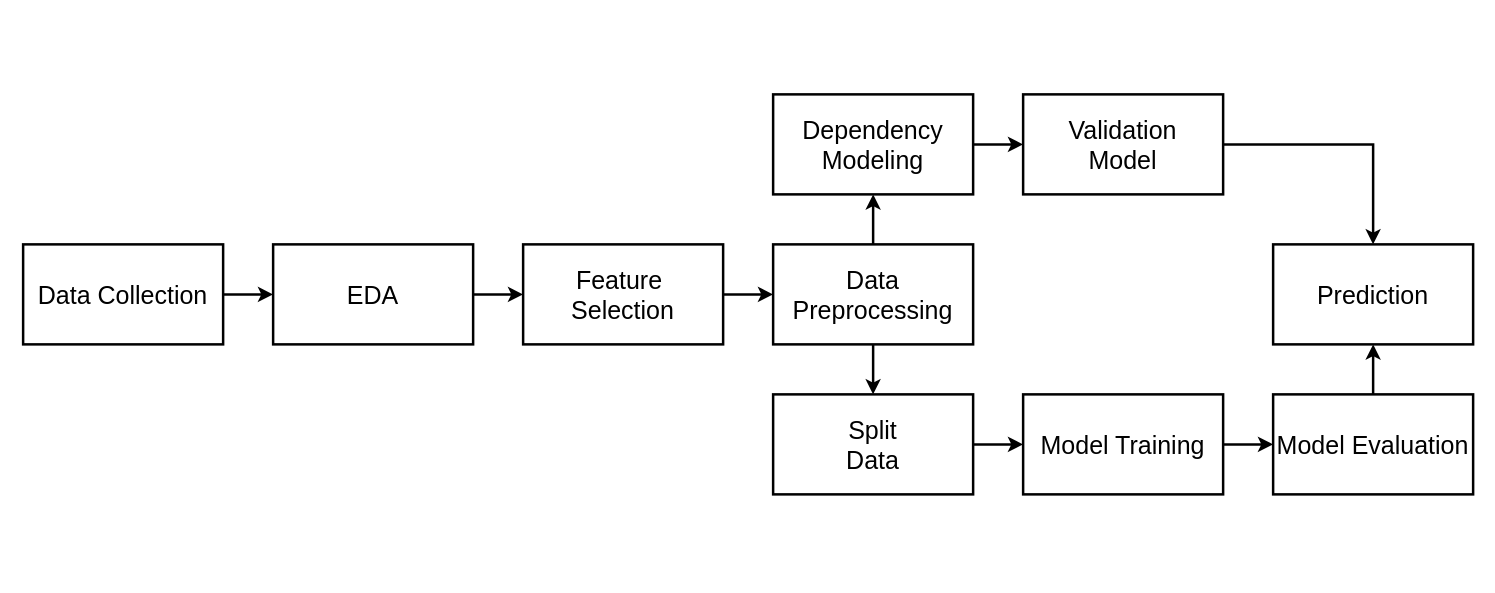
This is coopulas_flow.drawio from heberallin/copulas, a draw.io file, before an edit. Source tidied: cells renumbered, new cells numbered last; positions are measured from the earlier drawing's top-left corner, leaving out a move shared by most shapes. Both pictures are drawn from the tidied source at 125%, with x=0, y=0 at pixel (22, 94).
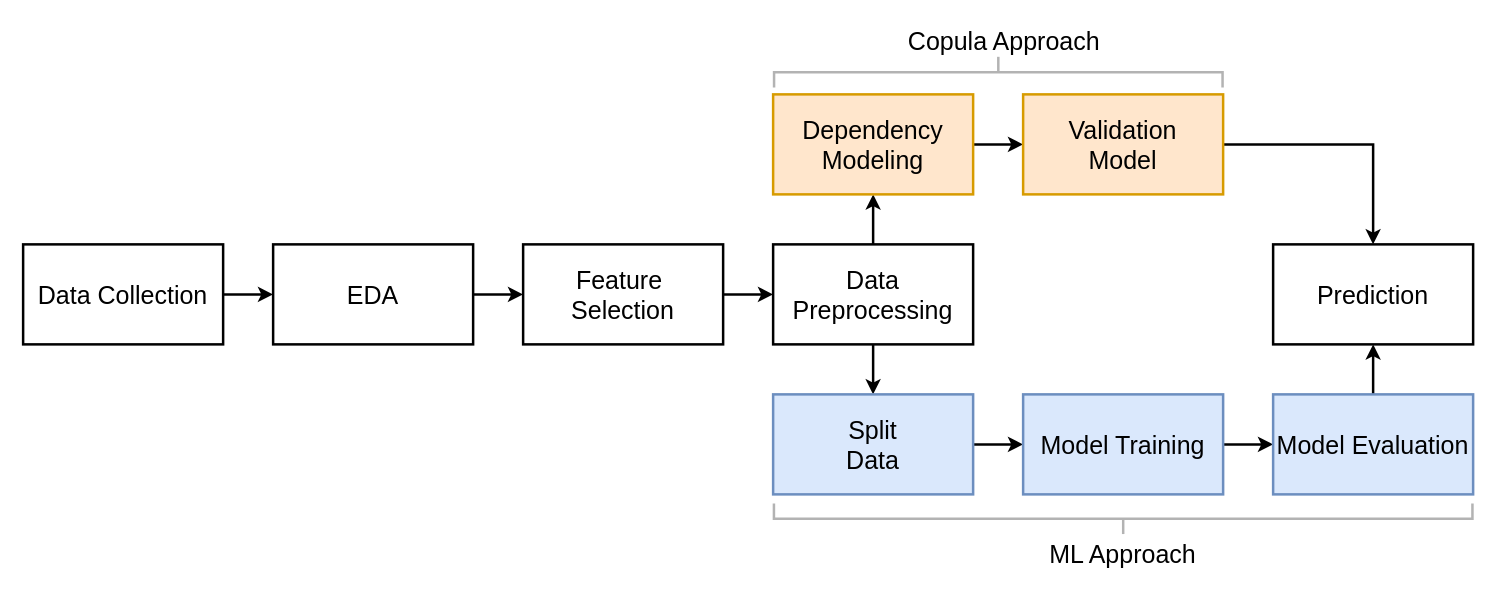
Above is the later version.

Diff of the diagram source:
```diff
@@
-    <mxCell id="12" value="&lt;span style=&quot;font-size: 20px;&quot;&gt;Split&lt;/span&gt;&lt;div style=&quot;font-size: 20px;&quot;&gt;Data&lt;/div&gt;" style="rounded=0;whiteSpace=wrap;html=1;fontSize=20;strokeWidth=2;" parent="1" vertex="1">
+    <mxCell id="12" value="&lt;span style=&quot;font-size: 20px;&quot;&gt;Split&lt;/span&gt;&lt;div style=&quot;font-size: 20px;&quot;&gt;Data&lt;/div&gt;" style="rounded=0;whiteSpace=wrap;html=1;fontSize=20;strokeWidth=2;fillColor=#dae8fc;strokeColor=#6c8ebf;" parent="1" vertex="1">
       <mxGeometry x="600" y="240" width="160" height="80" as="geometry" />
     </mxCell>
@@
-    <mxCell id="14" value="&lt;span style=&quot;font-size: 20px;&quot;&gt;Dependency&lt;/span&gt;&lt;div style=&quot;font-size: 20px;&quot;&gt;Modeling&lt;/div&gt;" style="rounded=0;whiteSpace=wrap;html=1;fontSize=20;strokeWidth=2;" parent="1" vertex="1">
+    <mxCell id="14" value="&lt;span style=&quot;font-size: 20px;&quot;&gt;Dependency&lt;/span&gt;&lt;div style=&quot;font-size: 20px;&quot;&gt;Modeling&lt;/div&gt;" style="rounded=0;whiteSpace=wrap;html=1;fontSize=20;strokeWidth=2;fillColor=#ffe6cc;strokeColor=#d79b00;" parent="1" vertex="1">
       <mxGeometry x="600" width="160" height="80" as="geometry" />
     </mxCell>
@@
-    <mxCell id="16" value="&lt;span style=&quot;font-size: 20px;&quot;&gt;Validation&lt;/span&gt;&lt;div style=&quot;font-size: 20px;&quot;&gt;Model&lt;/div&gt;" style="rounded=0;whiteSpace=wrap;html=1;fontSize=20;strokeWidth=2;" parent="1" vertex="1">
+    <mxCell id="16" value="&lt;span style=&quot;font-size: 20px;&quot;&gt;Validation&lt;/span&gt;&lt;div style=&quot;font-size: 20px;&quot;&gt;Model&lt;/div&gt;" style="rounded=0;whiteSpace=wrap;html=1;fontSize=20;strokeWidth=2;fillColor=#ffe6cc;strokeColor=#d79b00;" parent="1" vertex="1">
       <mxGeometry x="800" width="160" height="80" as="geometry" />
     </mxCell>
@@
-    <mxCell id="19" value="&lt;span style=&quot;font-size: 20px;&quot;&gt;Model Training&lt;/span&gt;" style="rounded=0;whiteSpace=wrap;html=1;fontSize=20;strokeWidth=2;" parent="1" vertex="1">
+    <mxCell id="19" value="&lt;span style=&quot;font-size: 20px;&quot;&gt;Model Training&lt;/span&gt;" style="rounded=0;whiteSpace=wrap;html=1;fontSize=20;strokeWidth=2;fillColor=#dae8fc;strokeColor=#6c8ebf;" parent="1" vertex="1">
       <mxGeometry x="800" y="240" width="160" height="80" as="geometry" />
     </mxCell>
@@
-    <mxCell id="21" value="&lt;span style=&quot;font-size: 20px;&quot;&gt;Model Evaluation&lt;/span&gt;" style="rounded=0;whiteSpace=wrap;html=1;fontSize=20;strokeWidth=2;" parent="1" vertex="1">
+    <mxCell id="21" value="&lt;span style=&quot;font-size: 20px;&quot;&gt;Model Evaluation&lt;/span&gt;" style="rounded=0;whiteSpace=wrap;html=1;fontSize=20;strokeWidth=2;fillColor=#dae8fc;strokeColor=#6c8ebf;" parent="1" vertex="1">
       <mxGeometry x="1000" y="240" width="160" height="80" as="geometry" />
     </mxCell>
+    <mxCell id="22" value="&lt;font style=&quot;font-size: 20px;&quot;&gt;Copula Approach&lt;/font&gt;" style="text;html=1;align=center;verticalAlign=middle;whiteSpace=wrap;rounded=0;" parent="1" vertex="1">
+      <mxGeometry x="690" y="-58" width="190" height="30" as="geometry" />
+    </mxCell>
+    <mxCell id="23" value="&lt;font style=&quot;font-size: 20px;&quot;&gt;ML Approach&lt;/font&gt;" style="text;html=1;align=center;verticalAlign=middle;whiteSpace=wrap;rounded=0;" parent="1" vertex="1">
+      <mxGeometry x="785" y="352" width="190" height="30" as="geometry" />
+    </mxCell>
+    <mxCell id="24" style="strokeWidth=2;html=1;shape=mxgraph.flowchart.annotation_2;align=left;labelPosition=right;rotation=-90;strokeColor=#B3B3B3;" parent="1" vertex="1">
+      <mxGeometry x="867.8" y="60.1" width="24.5" height="558.8" as="geometry" />
+    </mxCell>
+    <mxCell id="25" style="strokeWidth=2;html=1;shape=mxgraph.flowchart.annotation_2;align=left;labelPosition=right;rotation=90;fontColor=#000000;strokeColor=#B3B3B3;" parent="1" vertex="1">
+      <mxGeometry x="767.9" y="-197.2" width="24.5" height="358.8" as="geometry" />
+    </mxCell>
```
